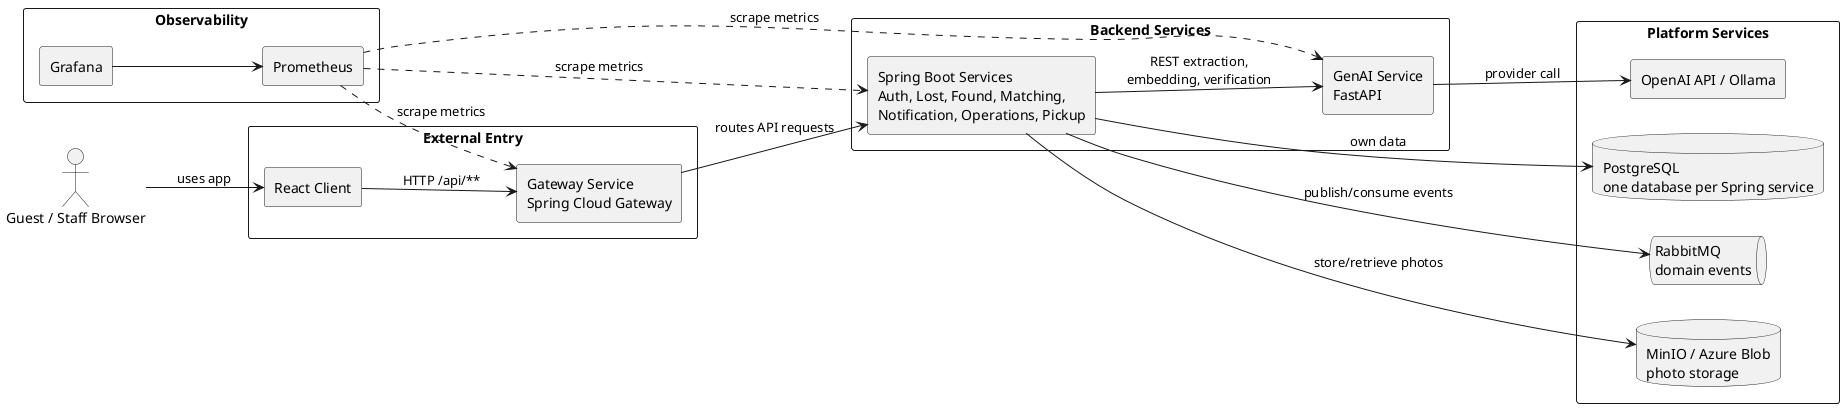
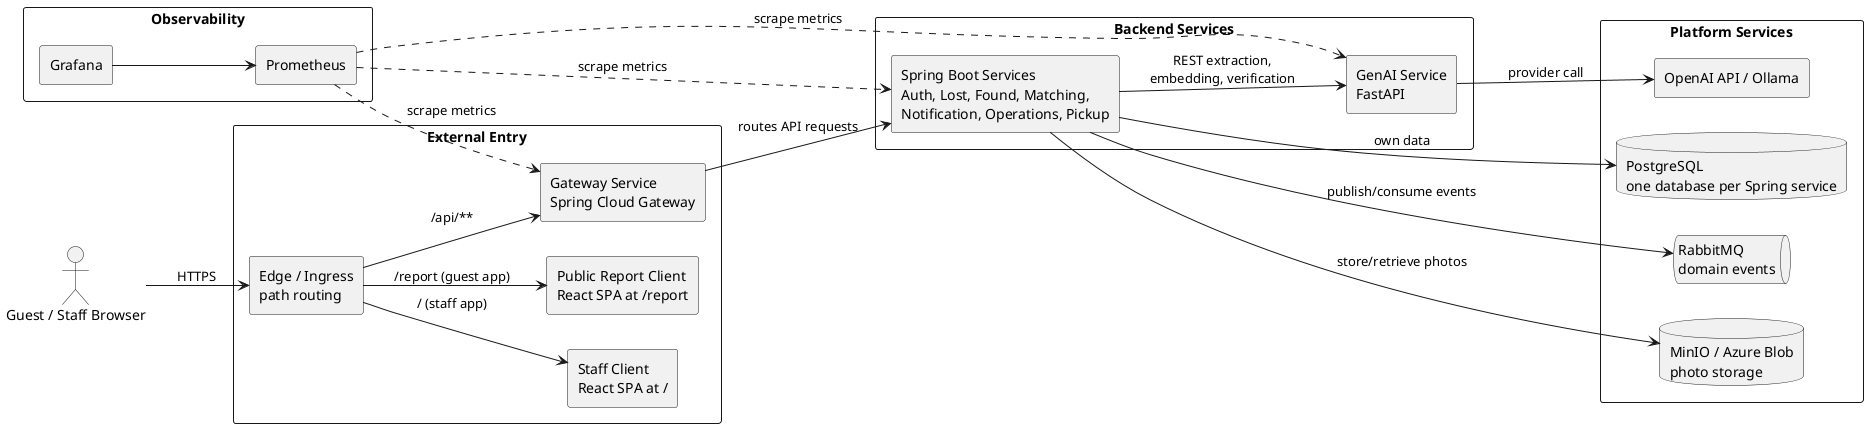
@startuml
skinparam componentStyle rectangle
skinparam packageStyle rectangle
left to right direction

actor "Guest / Staff Browser" as Browser

package "External Entry" {
-   [React Client] as Client
+   [Edge / Ingress\npath routing] as Edge
+   [Staff Client\nReact SPA at /] as Client
+   [Public Report Client\nReact SPA at /report] as ReportClient
  [Gateway Service\nSpring Cloud Gateway] as Gateway
}

package "Backend Services" {
  [Spring Boot Services\nAuth, Lost, Found, Matching,\nNotification, Operations, Pickup] as SpringServices
  [GenAI Service\nFastAPI] as GenAIService
}

package "Platform Services" {
  database "PostgreSQL\none database per Spring service" as Postgres
  queue "RabbitMQ\ndomain events" as Rabbit
  database "MinIO / Azure Blob\nphoto storage" as Photos
  [OpenAI API / Ollama] as LLM
}

package "Observability" {
  [Prometheus] as Prometheus
  [Grafana] as Grafana
}

- Browser --> Client : uses app
- Client --> Gateway : HTTP /api/**
+ Browser --> Edge : HTTPS
+ Edge --> Client : / (staff app)
+ Edge --> ReportClient : /report (guest app)
+ Edge --> Gateway : /api/**
Gateway --> SpringServices : routes API requests

SpringServices --> Postgres : own data
SpringServices --> Rabbit : publish/consume events
SpringServices --> Photos : store/retrieve photos
SpringServices --> GenAIService : REST extraction,\nembedding, verification
GenAIService --> LLM : provider call

Prometheus ..> Gateway : scrape metrics
Prometheus ..> SpringServices : scrape metrics
Prometheus ..> GenAIService : scrape metrics
Grafana --> Prometheus
@enduml
